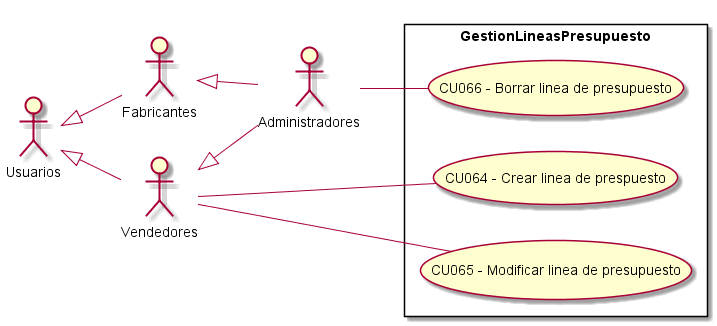
ZMGestion/DocumentacionZMGestion keeps this PlantUML diagram as Informe Final/Imagenes/ModeladoDeCasosDeUso/DiagramaDeCasosDeUso/GestionLineasPresupuesto.png. Above is the earlier version.
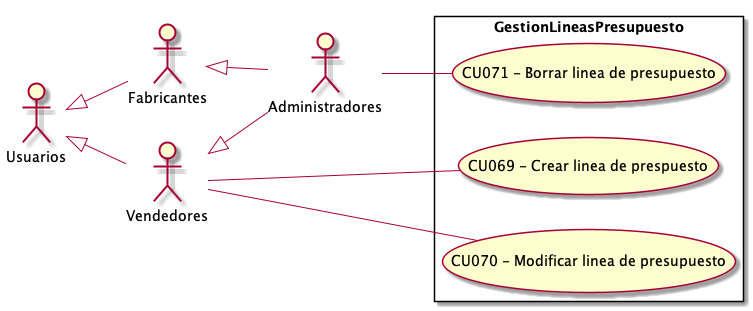
Later version of the same file.

Diff of the diagram source:
```diff
@@ -13,9 +13,9 @@
  left to right direction
 
 rectangle GestionLineasPresupuesto{
-    UseCase "CU064 - Crear linea de prespuesto" as C
-    UseCase "CU065 - Modificar linea de presupuesto" as M
-    UseCase "CU066 - Borrar linea de presupuesto " as B
+    UseCase "CU069 - Crear linea de prespuesto" as C
+    UseCase "CU070 - Modificar linea de presupuesto" as M
+    UseCase "CU071 - Borrar linea de presupuesto " as B
 }
     Vendedores -- C
     Vendedores -- M
```
